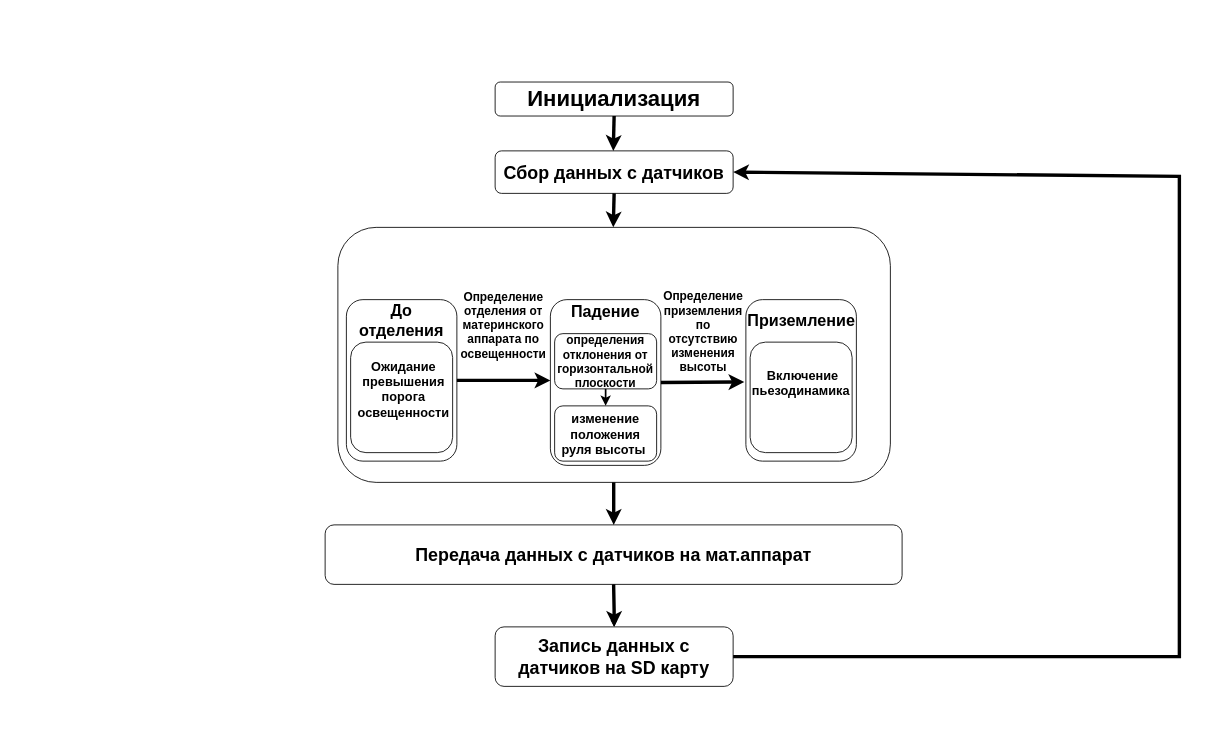
This is doc/алгоритм работы аппарата да.drawio from cansat-tsniimash/cansat-KNPN-S, a draw.io file, before an edit. Source tidied: cells renumbered, new cells numbered last; positions are measured from the earlier drawing's top-left corner, leaving out a move shared by most shapes. Both pictures are drawn from the tidied source at 85%, with x=0, y=0 at pixel (14, 65).
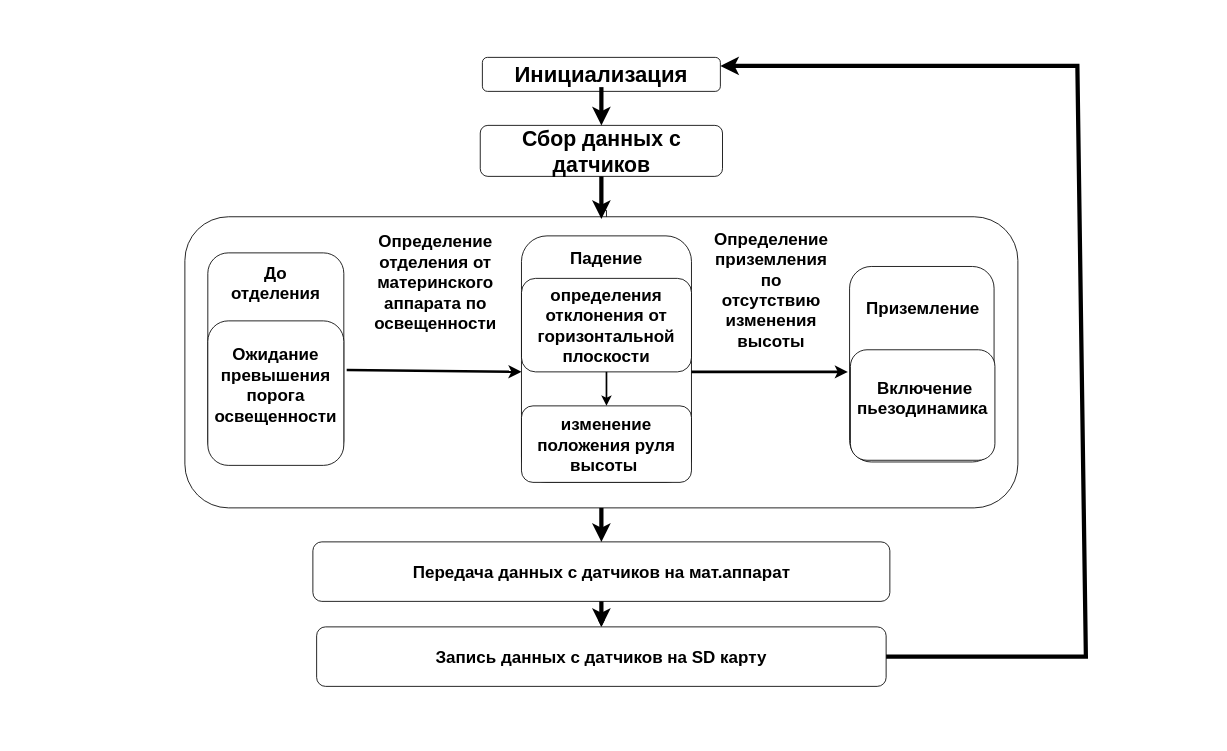
The same page after the edit.

Commit message (it also covers changes not shown here):
схемочки (Здесь были видосики Андрея, но гитхаб не захотел кушать гиги свежей информации)

Diff of the diagram source:
```diff
@@
     <mxCell id="2" style="rounded=1;whiteSpace=wrap;html=1;fillColor=#ffffff;strokeColor=none;strokeWidth=11;" parent="1" vertex="1">
-      <mxGeometry width="1410" height="760" as="geometry" />
+      <mxGeometry x="100" y="-60" width="1250" height="850" as="geometry" />
     </mxCell>
     <mxCell id="3" style="rounded=1;whiteSpace=wrap;html=1;fillColor=default;" parent="1" vertex="1">
-      <mxGeometry x="565" y="19" width="280" height="40" as="geometry" />
+      <mxGeometry x="550" y="-10" width="280" height="40" as="geometry" />
     </mxCell>
     <mxCell id="4" value="&lt;b&gt;Инициализация&lt;/b&gt;" style="text;html=1;align=center;verticalAlign=middle;whiteSpace=wrap;rounded=0;fontSize=26;" parent="1" vertex="1">
-      <mxGeometry x="675" y="24" width="60" height="30" as="geometry" />
+      <mxGeometry x="660" y="-5" width="60" height="30" as="geometry" />
     </mxCell>
+    <mxCell id="32" style="edgeStyle=orthogonalEdgeStyle;rounded=0;jettySize=auto;html=1;" parent="1" edge="1" source="5" target="16">
+      <mxGeometry relative="1" as="geometry" />
+    </mxCell>
-    <mxCell id="5" value="&lt;b&gt;&lt;font style=&quot;font-size: 21px;&quot;&gt;Сбор данных с датчиков&lt;/font&gt;&lt;/b&gt;" style="rounded=1;whiteSpace=wrap;html=1;fillColor=default;" parent="1" vertex="1">
-      <mxGeometry x="565" y="100" width="280" height="50" as="geometry" />
+    <mxCell id="5" value="&lt;b&gt;&lt;font style=&quot;font-size: 25px;&quot;&gt;Сбор данных с датчиков&lt;/font&gt;&lt;/b&gt;" style="rounded=1;whiteSpace=wrap;html=1;fillColor=default;" parent="1" vertex="1">
+      <mxGeometry x="547.5" y="70" width="285" height="60" as="geometry" />
     </mxCell>
-    <mxCell id="6" style="endArrow=classic;html=1;rounded=0;exitX=0.5;exitY=1;exitDx=0;exitDy=0;fontSize=15;strokeWidth=4;strokeColor=#000000;" parent="1" edge="1" source="3">
-      <mxGeometry relative="1" as="geometry">
-        <mxPoint x="704" y="100" as="targetPoint" />
-      </mxGeometry>
-    </mxCell>
     <mxCell id="7" style="rounded=1;whiteSpace=wrap;html=1;fillColor=default;" parent="1" vertex="1">
-      <mxGeometry x="380" y="190" width="650" height="300" as="geometry" />
+      <mxGeometry x="200" y="177.5" width="980" height="342.5" as="geometry" />
     </mxCell>
-    <mxCell id="8" style="endArrow=classic;html=1;rounded=0;exitX=0.5;exitY=1;exitDx=0;exitDy=0;entryX=0.5;entryY=0;entryDx=0;entryDy=0;fontSize=15;strokeWidth=4;strokeColor=#000000;" parent="1" edge="1">
-      <mxGeometry relative="1" as="geometry">
-        <mxPoint x="704.5" y="490" as="sourcePoint" />
-        <mxPoint x="704.5" y="540" as="targetPoint" />
-      </mxGeometry>
-    </mxCell>
@@
-    <mxCell id="10" value="&lt;span style=&quot;font-size: 21px;&quot;&gt;&lt;b&gt;Передача данных с датчиков на мат.аппарат&lt;/b&gt;&lt;/span&gt;" style="rounded=1;whiteSpace=wrap;html=1;fillColor=default;" parent="1" vertex="1">
-      <mxGeometry x="365" y="540" width="678.8" height="70" as="geometry" />
+    <mxCell id="10" value="&lt;span&gt;&lt;b&gt;Передача данных с датчиков на мат.аппарат&lt;/b&gt;&lt;/span&gt;" style="rounded=1;whiteSpace=wrap;html=1;fillColor=default;fontSize=20;" parent="1" vertex="1">
+      <mxGeometry x="350.6" y="560" width="678.8" height="70" as="geometry" />
     </mxCell>
-    <mxCell id="11" style="endArrow=classic;html=1;rounded=0;exitX=0.5;exitY=1;exitDx=0;exitDy=0;fontSize=15;strokeWidth=4;strokeColor=#000000;entryX=0.5;entryY=0;entryDx=0;entryDy=0;" parent="1" edge="1" source="10" target="12">
-      <mxGeometry relative="1" as="geometry">
-        <Array as="points">
-          <mxPoint x="705" y="640" />
-        </Array>
-      </mxGeometry>
-    </mxCell>
-    <mxCell id="12" value="&lt;b&gt;&lt;font style=&quot;font-size: 21px;&quot;&gt;Запись данных с датчиков на SD карту&lt;/font&gt;&lt;/b&gt;" style="rounded=1;whiteSpace=wrap;html=1;fillColor=default;" parent="1" vertex="1">
-      <mxGeometry x="565" y="660" width="280" height="70" as="geometry" />
+    <mxCell id="12" value="&lt;b&gt;&lt;font&gt;Запись данных с датчиков на SD карту&lt;/font&gt;&lt;/b&gt;" style="rounded=1;whiteSpace=wrap;html=1;fillColor=default;fontSize=20;" parent="1" vertex="1">
+      <mxGeometry x="355" y="660" width="670" height="70" as="geometry" />
     </mxCell>
-    <mxCell id="13" style="endArrow=classic;html=1;rounded=0;exitX=1;exitY=0.5;exitDx=0;exitDy=0;fontSize=15;strokeWidth=4;strokeColor=#000000;entryX=1;entryY=0.5;entryDx=0;entryDy=0;" parent="1" edge="1" source="12" target="5">
-      <mxGeometry relative="1" as="geometry">
-        <Array as="points">
-          <mxPoint x="1370" y="695" />
-          <mxPoint x="1370" y="410" />
-          <mxPoint x="1370" y="130" />
-        </Array>
-      </mxGeometry>
-    </mxCell>
     <mxCell id="14" style="rounded=1;whiteSpace=wrap;html=1;" parent="1" vertex="1">
-      <mxGeometry x="630" y="275" width="130" height="195" as="geometry" />
+      <mxGeometry x="596" y="200" width="200" height="290" as="geometry" />
     </mxCell>
     <mxCell id="15" style="rounded=1;whiteSpace=wrap;html=1;" parent="1" vertex="1">
-      <mxGeometry x="860" y="275" width="130" height="190" as="geometry" />
+      <mxGeometry x="982" y="236" width="170" height="230" as="geometry" />
     </mxCell>
-    <mxCell id="16" value="Падение" style="text;html=1;align=center;verticalAlign=middle;whiteSpace=wrap;rounded=0;fontStyle=1;fontSize=19;" parent="1" vertex="1">
-      <mxGeometry x="665" y="275" width="60" height="30" as="geometry" />
+    <mxCell id="16" value="Падение" style="text;html=1;align=center;verticalAlign=middle;whiteSpace=wrap;rounded=0;fontStyle=1;fontSize=20;" parent="1" vertex="1">
+      <mxGeometry x="666" y="210" width="60" height="30" as="geometry" />
     </mxCell>
-    <mxCell id="17" value="&lt;span style=&quot;font-weight: 700;&quot;&gt;определения отклонения от горизонтальной плоскости&lt;/span&gt;" style="rounded=1;whiteSpace=wrap;html=1;fontSize=14;" parent="1" vertex="1">
-      <mxGeometry x="635" y="315" width="120" height="65" as="geometry" />
+    <mxCell id="17" value="&lt;span style=&quot;font-weight: 700;&quot;&gt;определения отклонения от горизонтальной плоскости&lt;/span&gt;" style="rounded=1;whiteSpace=wrap;html=1;fontSize=20;" parent="1" vertex="1">
+      <mxGeometry x="596" y="250" width="200" height="110" as="geometry" />
     </mxCell>
-    <mxCell id="18" value="Приземление" style="text;html=1;align=center;verticalAlign=middle;whiteSpace=wrap;rounded=0;fontStyle=1;fontSize=19;" parent="1" vertex="1">
-      <mxGeometry x="877.5" y="285" width="95" height="30" as="geometry" />
+    <mxCell id="18" value="Приземление" style="text;html=1;align=center;verticalAlign=middle;whiteSpace=wrap;rounded=0;fontStyle=1;fontSize=20;" parent="1" vertex="1">
+      <mxGeometry x="1020.5" y="268.5" width="95" height="30" as="geometry" />
     </mxCell>
     <mxCell id="19" style="rounded=1;whiteSpace=wrap;html=1;" parent="1" vertex="1">
-      <mxGeometry x="865" y="325" width="120" height="130" as="geometry" />
+      <mxGeometry x="983" y="334" width="170" height="130" as="geometry" />
     </mxCell>
-    <mxCell id="20" value="&amp;nbsp;Включение пьезодинамика" style="text;html=1;align=center;verticalAlign=middle;whiteSpace=wrap;rounded=0;fontStyle=1;fontSize=15;" parent="1" vertex="1">
-      <mxGeometry x="885" y="352.5" width="80" height="40" as="geometry" />
+    <mxCell id="20" value="&amp;nbsp;Включение пьезодинамика" style="text;html=1;align=center;verticalAlign=middle;whiteSpace=wrap;rounded=0;fontStyle=1;fontSize=20;" parent="1" vertex="1">
+      <mxGeometry x="1028" y="370" width="80" height="40" as="geometry" />
     </mxCell>
-    <mxCell id="21" style="endArrow=classic;html=1;rounded=0;exitX=1;exitY=0.5;exitDx=0;exitDy=0;fontSize=15;strokeWidth=4;entryX=-0.014;entryY=0.51;entryDx=0;entryDy=0;entryPerimeter=0;" parent="1" edge="1" source="14" target="15">
-      <mxGeometry relative="1" as="geometry" />
-    </mxCell>
-    <mxCell id="22" value="Определение приземления по отсутствию изменения высоты" style="text;html=1;align=center;verticalAlign=middle;whiteSpace=wrap;rounded=0;fontStyle=1;fontSize=14;" parent="1" vertex="1">
-      <mxGeometry x="770" y="290" width="80" height="45" as="geometry" />
+    <mxCell id="22" value="Определение приземления по отсутствию изменения высоты" style="text;html=1;align=center;verticalAlign=middle;whiteSpace=wrap;rounded=0;fontStyle=1;fontSize=20;" parent="1" vertex="1">
+      <mxGeometry x="850" y="240" width="80" height="45" as="geometry" />
     </mxCell>
-    <mxCell id="23" style="endArrow=classic;html=1;rounded=0;exitX=0.5;exitY=1;exitDx=0;exitDy=0;fontSize=15;strokeWidth=4;strokeColor=#000000;" parent="1" edge="1" source="5">
-      <mxGeometry relative="1" as="geometry">
-        <mxPoint x="704" y="190" as="targetPoint" />
-      </mxGeometry>
-    </mxCell>
     <mxCell id="24" style="rounded=1;whiteSpace=wrap;html=1;" parent="1" vertex="1">
-      <mxGeometry x="390" y="275" width="130" height="190" as="geometry" />
+      <mxGeometry x="227" y="220" width="160" height="245" as="geometry" />
     </mxCell>
-    <mxCell id="25" value="До отделения" style="text;html=1;align=center;verticalAlign=middle;whiteSpace=wrap;rounded=0;fontStyle=1;fontSize=19;" parent="1" vertex="1">
-      <mxGeometry x="425" y="285" width="60" height="30" as="geometry" />
+    <mxCell id="25" value="До отделения" style="text;html=1;align=center;verticalAlign=middle;whiteSpace=wrap;rounded=0;fontStyle=1;fontSize=20;" parent="1" vertex="1">
+      <mxGeometry x="277" y="240" width="60" height="30" as="geometry" />
     </mxCell>
     <mxCell id="26" style="rounded=1;whiteSpace=wrap;html=1;" parent="1" vertex="1">
-      <mxGeometry x="395" y="325" width="120" height="130" as="geometry" />
+      <mxGeometry x="227" y="300" width="160" height="170" as="geometry" />
     </mxCell>
-    <mxCell id="27" value="Ожидание превышения порога освещенности" style="text;html=1;align=center;verticalAlign=middle;whiteSpace=wrap;rounded=0;fontStyle=1;fontSize=15;" parent="1" vertex="1">
-      <mxGeometry x="395" y="357.5" width="125" height="45" as="geometry" />
+    <mxCell id="27" value="Ожидание превышения порога освещенности" style="text;html=1;align=center;verticalAlign=middle;whiteSpace=wrap;rounded=0;fontStyle=1;fontSize=20;" parent="1" vertex="1">
+      <mxGeometry x="282" y="340" width="50" height="70" as="geometry" />
     </mxCell>
-    <mxCell id="28" style="endArrow=classic;html=1;rounded=0;exitX=1;exitY=0.5;exitDx=0;exitDy=0;fontSize=15;strokeWidth=4;" parent="1" edge="1" source="24">
-      <mxGeometry relative="1" as="geometry">
-        <mxPoint x="630" y="370" as="targetPoint" />
-      </mxGeometry>
-    </mxCell>
-    <mxCell id="29" value="Определение отделения от материнского аппарата по освещенности" style="text;html=1;align=center;verticalAlign=middle;whiteSpace=wrap;rounded=0;fontStyle=1;fontSize=14;" parent="1" vertex="1">
-      <mxGeometry x="530" y="260" width="90" height="90" as="geometry" />
+    <mxCell id="29" value="Определение отделения от материнского аппарата по освещенности" style="text;html=1;align=center;verticalAlign=middle;whiteSpace=wrap;rounded=0;fontStyle=1;fontSize=20;" parent="1" vertex="1">
+      <mxGeometry x="450" y="208.5" width="90" height="90" as="geometry" />
     </mxCell>
-    <mxCell id="30" value="&lt;span style=&quot;font-weight: 700;&quot;&gt;изменение положения руля высоты&amp;nbsp;&lt;/span&gt;" style="rounded=1;whiteSpace=wrap;html=1;fontSize=15;" parent="1" vertex="1">
-      <mxGeometry x="635" y="400" width="120" height="65" as="geometry" />
+    <mxCell id="30" value="&lt;span style=&quot;font-weight: 700;&quot;&gt;&lt;font style=&quot;font-size: 20px;&quot;&gt;изменение положения руля высоты&amp;nbsp;&lt;/font&gt;&lt;/span&gt;" style="rounded=1;whiteSpace=wrap;html=1;fontSize=15;" parent="1" vertex="1">
+      <mxGeometry x="596" y="400" width="200" height="90" as="geometry" />
     </mxCell>
@@
+    <mxCell id="33" style="endArrow=classic;html=1;rounded=0;strokeColor=#000000;strokeWidth=5;exitX=0.5;exitY=1;exitDx=0;exitDy=0;entryX=0.5;entryY=0;entryDx=0;entryDy=0;" parent="1" edge="1" source="4" target="5">
+      <mxGeometry relative="1" as="geometry" />
+    </mxCell>
+    <mxCell id="34" style="endArrow=classic;html=1;rounded=0;strokeColor=#000000;strokeWidth=5;exitX=0.5;exitY=1;exitDx=0;exitDy=0;" parent="1" edge="1" source="5">
+      <mxGeometry relative="1" as="geometry">
+        <mxPoint x="690" y="180" as="targetPoint" />
+      </mxGeometry>
+    </mxCell>
+    <mxCell id="35" style="endArrow=classic;html=1;rounded=0;strokeColor=#000000;strokeWidth=5;exitX=0.5;exitY=1;exitDx=0;exitDy=0;entryX=0.5;entryY=0;entryDx=0;entryDy=0;" parent="1" edge="1" source="7" target="10">
+      <mxGeometry relative="1" as="geometry" />
+    </mxCell>
+    <mxCell id="11" style="endArrow=classic;html=1;rounded=0;strokeColor=#000000;strokeWidth=5;exitX=0.5;exitY=1;exitDx=0;exitDy=0;entryX=0.5;entryY=0;entryDx=0;entryDy=0;" parent="1" edge="1" source="10" target="12">
+      <mxGeometry relative="1" as="geometry" />
+    </mxCell>
+    <mxCell id="36" style="endArrow=classic;html=1;rounded=0;strokeColor=#000000;strokeWidth=5;exitX=1;exitY=0.5;exitDx=0;exitDy=0;entryX=1;entryY=0.25;entryDx=0;entryDy=0;" parent="1" edge="1" source="12" target="3">
+      <mxGeometry relative="1" as="geometry">
+        <Array as="points">
+          <mxPoint x="1260" y="695" />
+          <mxPoint x="1250" />
+        </Array>
+      </mxGeometry>
+    </mxCell>
+    <mxCell id="37" style="endArrow=classic;html=1;rounded=0;exitX=1.021;exitY=0.34;exitDx=0;exitDy=0;exitPerimeter=0;entryX=0;entryY=1;entryDx=0;entryDy=0;strokeWidth=3;" parent="1" edge="1" source="26" target="17">
+      <mxGeometry relative="1" as="geometry" />
+    </mxCell>
+    <mxCell id="38" style="endArrow=classic;html=1;rounded=0;exitX=1;exitY=1;exitDx=0;exitDy=0;strokeWidth=3;" parent="1" edge="1" source="17">
+      <mxGeometry relative="1" as="geometry">
+        <mxPoint x="980" y="360" as="targetPoint" />
+      </mxGeometry>
+    </mxCell>
```
